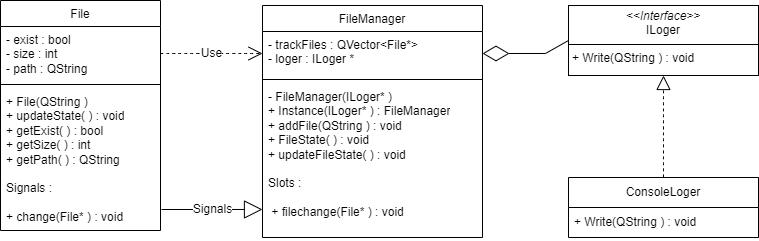
Above: UML_TRPO_lab1.png in OstaninRoman/TRPO_lab1 (draw.io), before the change. Source tidied: cells renumbered, new cells last; positions are measured from the earlier drawing's top-left corner, leaving out a move shared by most shapes.
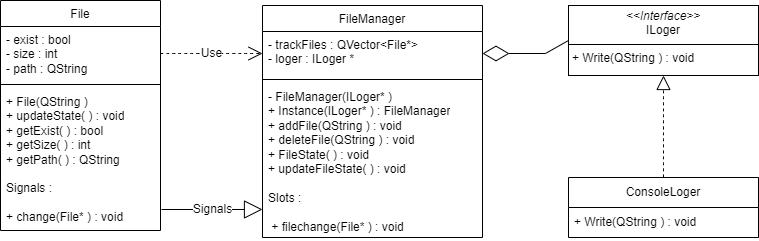
After the commit.

Commit message:
Добавил deleteFile в UML-диаграмму

The edit, as a diff of the source:
```diff
@@ -20,7 +20,7 @@
     <mxCell id="7" style="line;strokeWidth=1;fillColor=none;align=left;verticalAlign=middle;spacingTop=-1;spacingLeft=3;spacingRight=3;labelPosition=right;strokeColor=inherit;" parent="5" vertex="1">
       <mxGeometry y="70" width="220" height="8" as="geometry" />
     </mxCell>
-    <mxCell id="8" value="&lt;div style=&quot;text-align: justify;&quot;&gt;&lt;span style=&quot;text-align: left;&quot;&gt;- FileManager(ILoger* )&lt;/span&gt;&lt;span style=&quot;background-color: initial;&quot;&gt;&lt;br&gt;&lt;/span&gt;&lt;/div&gt;&lt;div style=&quot;text-align: justify;&quot;&gt;&lt;span style=&quot;background-color: initial;&quot;&gt;+ Instance(ILoger* ) : FileManager&lt;/span&gt;&lt;/div&gt;&lt;div style=&quot;text-align: justify;&quot;&gt;+ addFile(QString ) : void&lt;/div&gt;&lt;div style=&quot;text-align: justify;&quot;&gt;+ FileState( ) : void&lt;/div&gt;&lt;div style=&quot;text-align: justify;&quot;&gt;+ updateFileState( ) : void&lt;/div&gt;&lt;div style=&quot;text-align: justify;&quot;&gt;&lt;br&gt;&lt;/div&gt;&lt;div style=&quot;text-align: justify;&quot;&gt;Slots :&lt;/div&gt;&lt;div style=&quot;text-align: justify;&quot;&gt;&lt;br&gt;&lt;/div&gt;&lt;div style=&quot;text-align: justify;&quot;&gt;&lt;span style=&quot;text-align: left;&quot;&gt;&amp;nbsp;+ filechange(File* ) : void&lt;/span&gt;&lt;br&gt;&lt;/div&gt;" style="text;strokeColor=none;fillColor=none;align=left;verticalAlign=top;spacingLeft=4;spacingRight=4;overflow=hidden;points=[[0,0.5],[1,0.5]];portConstraint=eastwest;whiteSpace=wrap;html=1;" parent="5" vertex="1">
+    <mxCell id="8" value="&lt;div style=&quot;text-align: justify;&quot;&gt;&lt;span style=&quot;text-align: left;&quot;&gt;- FileManager(ILoger* )&lt;/span&gt;&lt;span style=&quot;background-color: initial;&quot;&gt;&lt;br&gt;&lt;/span&gt;&lt;/div&gt;&lt;div style=&quot;text-align: justify;&quot;&gt;&lt;span style=&quot;background-color: initial;&quot;&gt;+ Instance(ILoger* ) : FileManager&lt;/span&gt;&lt;/div&gt;&lt;div style=&quot;text-align: justify;&quot;&gt;+ addFile(QString ) : void&lt;/div&gt;&lt;div style=&quot;text-align: justify;&quot;&gt;+ deleteFile(QString ) : void&lt;/div&gt;&lt;div style=&quot;text-align: justify;&quot;&gt;+ FileState( ) : void&lt;/div&gt;&lt;div style=&quot;text-align: justify;&quot;&gt;+ updateFileState( ) : void&lt;/div&gt;&lt;div style=&quot;text-align: justify;&quot;&gt;&lt;br&gt;&lt;/div&gt;&lt;div style=&quot;text-align: justify;&quot;&gt;Slots :&lt;/div&gt;&lt;div style=&quot;text-align: justify;&quot;&gt;&lt;br&gt;&lt;/div&gt;&lt;div style=&quot;text-align: justify;&quot;&gt;&lt;span style=&quot;text-align: left;&quot;&gt;&amp;nbsp;+ filechange(File* ) : void&lt;/span&gt;&lt;br&gt;&lt;/div&gt;" style="text;strokeColor=none;fillColor=none;align=left;verticalAlign=top;spacingLeft=4;spacingRight=4;overflow=hidden;points=[[0,0.5],[1,0.5]];portConstraint=eastwest;whiteSpace=wrap;html=1;" parent="5" vertex="1">
       <mxGeometry y="78" width="220" height="154" as="geometry" />
     </mxCell>
     <mxCell id="9" value="&lt;span style=&quot;font-weight: 400;&quot;&gt;File&lt;/span&gt;" style="swimlane;fontStyle=1;align=center;verticalAlign=top;horizontal=1;startSize=26;whiteSpace=wrap;html=1;" parent="1" vertex="1">
```
